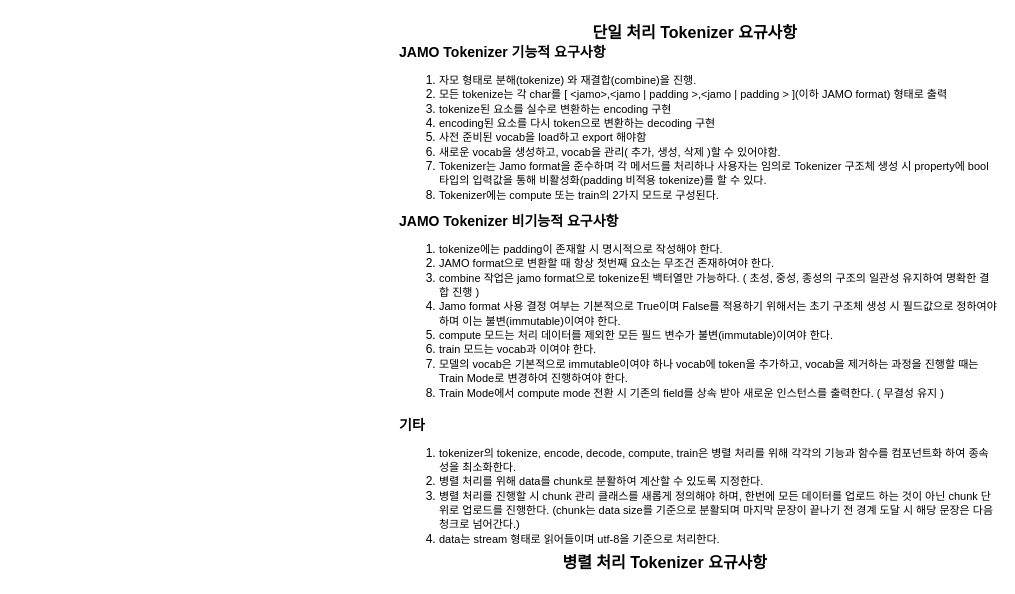
Above: JAMO Tokenizer 요구사항 정리.drawio in tolf7544/JAMO-Tokenizer (draw.io), before the change. Source tidied: cells renumbered, new cells numbered last; positions are measured from the earlier drawing's top-left corner, leaving out a move shared by most shapes. Both pictures are drawn from the tidied source at 100%, with x=0, y=0 at pixel (367, 17).
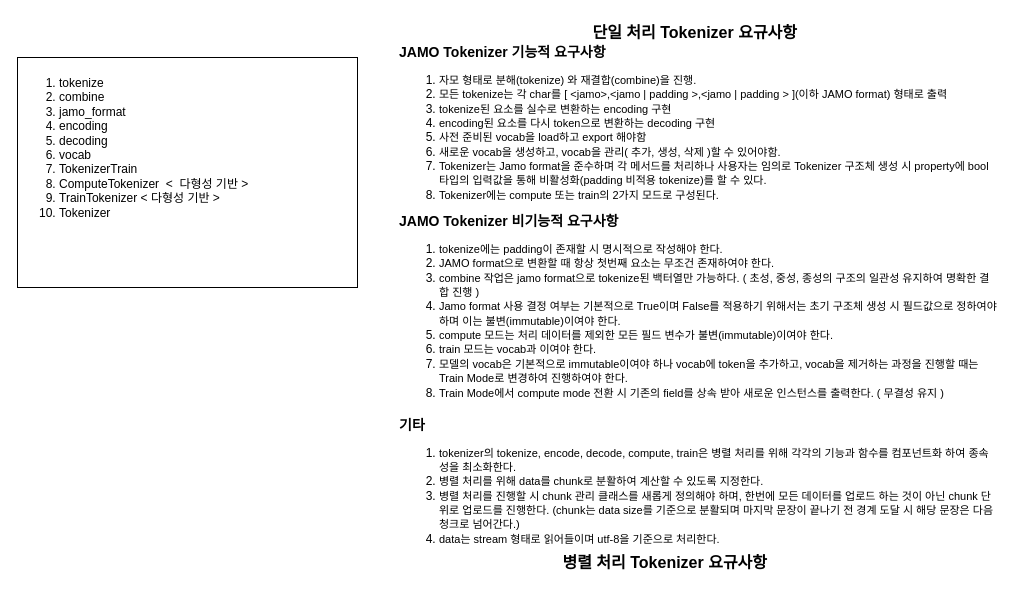
Above is the later version.

Commit message:
JAMO Tokenizer 요구사항 정리.drawio 업데이트

The edit, as a diff of the source:
```diff
@@
 <mxGraphModel>
   <root>
     <mxCell id="0" />
     <mxCell id="1" parent="0" />
     <mxCell id="2" value="&lt;span style=&quot;font-size: 14px;&quot;&gt;&lt;b&gt;JAMO Tokenizer 기능적 요구사항&lt;/b&gt;&lt;/span&gt;&lt;div&gt;&lt;p&gt;&lt;/p&gt;&lt;ol&gt;&lt;li&gt;&lt;font style=&quot;font-size: 11px;&quot;&gt;자모 형태로 분해(tokenize) 와 재결합(combine)을 진행.&lt;/font&gt;&lt;/li&gt;&lt;li&gt;&lt;font style=&quot;font-size: 11px;&quot;&gt;모든 tokenize는 각 char를 [ &amp;lt;jamo&amp;gt;,&amp;lt;jamo&amp;nbsp;| padding&amp;nbsp;&amp;gt;,&amp;lt;jamo | padding &amp;gt;&amp;nbsp;](이하 JAMO format) 형태로 출력&lt;/font&gt;&lt;/li&gt;&lt;li&gt;&lt;font style=&quot;font-size: 11px;&quot;&gt;tokenize된 요소를 실수로 변환하는 encoding 구현&lt;/font&gt;&lt;/li&gt;&lt;li&gt;&lt;font style=&quot;font-size: 11px;&quot;&gt;encoding된 요소를 다시 token으로 변환하는 decoding 구현&lt;/font&gt;&lt;/li&gt;&lt;li&gt;&lt;span style=&quot;font-size: 11px;&quot;&gt;사전 준비된 vocab을 load하고 export 해야함&lt;/span&gt;&lt;/li&gt;&lt;li&gt;&lt;span style=&quot;font-size: 11px;&quot;&gt;새로운 vocab을 생성하고, vocab을 관리( 추가, 생성, 삭제 )할 수 있어야함.&lt;/span&gt;&lt;/li&gt;&lt;li&gt;&lt;span style=&quot;font-size: 11px;&quot;&gt;Tokenizer는 Jamo format을 준수하며 각 메서드를 처리하나 사용자는 임의로 Tokenizer 구조체 생성 시 property에 bool 타입의 입력값을 통해 비활성화(padding 비적용 tokenize)를 할 수 있다.&lt;/span&gt;&lt;/li&gt;&lt;li&gt;&lt;span style=&quot;font-size: 11px;&quot;&gt;Tokenizer에는 compute 또는 train의 2가지 모드로 구성된다.&lt;/span&gt;&lt;/li&gt;&lt;/ol&gt;&lt;p&gt;&lt;/p&gt;&lt;div&gt;&lt;span style=&quot;font-size: 14px;&quot;&gt;&lt;b&gt;&lt;br&gt;&lt;/b&gt;&lt;/span&gt;&lt;/div&gt;&lt;/div&gt;" style="text;html=1;align=left;verticalAlign=middle;whiteSpace=wrap;rounded=0;" parent="1" vertex="1">
       <mxGeometry x="30" y="40" width="600" height="160" as="geometry" />
     </mxCell>
     <mxCell id="3" value="&lt;span style=&quot;font-size: 14px;&quot;&gt;&lt;b&gt;JAMO Tokenizer 비기능적 요구사항&lt;/b&gt;&lt;/span&gt;&lt;div&gt;&lt;p&gt;&lt;/p&gt;&lt;ol&gt;&lt;li&gt;&lt;font style=&quot;font-size: 11px;&quot;&gt;tokenize에는 padding이 존재할 시 명시적으로 작성해야 한다.&lt;/font&gt;&lt;/li&gt;&lt;li&gt;&lt;font style=&quot;font-size: 11px;&quot;&gt;JAMO format으로 변환할 때 항상 첫번째 요소는 무조건 존재하여야 한다.&lt;/font&gt;&lt;/li&gt;&lt;li&gt;&lt;font style=&quot;font-size: 11px;&quot;&gt;combine 작업은 jamo format으로 tokenize된 백터열만 가능하다. ( 초성, 중성, 종성의 구조의 일관성 유지하여 명확한 결합 진행 )&lt;/font&gt;&lt;/li&gt;&lt;li&gt;&lt;span style=&quot;font-size: 11px;&quot;&gt;Jamo format 사용 결정 여부는 기본적으로 True이며 False를 적용하기 위해서는 초기 구조체 생성 시 필드값으로 정하여야 하며 이는 불변(immutable)이여야 한다.&lt;/span&gt;&lt;/li&gt;&lt;li&gt;&lt;span style=&quot;font-size: 11px;&quot;&gt;compute 모드는 처리 데이터를 제외한 모든 필드 변수가&amp;nbsp;불변(immutable)이여야 한다.&lt;/span&gt;&lt;/li&gt;&lt;li&gt;&lt;span style=&quot;font-size: 11px;&quot;&gt;train 모드는 vocab과 이여야 한다.&lt;/span&gt;&lt;/li&gt;&lt;li&gt;&lt;span style=&quot;font-size: 11px;&quot;&gt;모델의 vocab은 기본적으로 immutable이여야 하나 vocab에 token을 추가하고, vocab을 제거하는 과정을 진행할 때는 Train Mode로 변경하여 진행하여야 한다.&lt;/span&gt;&lt;/li&gt;&lt;li&gt;&lt;span style=&quot;font-size: 11px;&quot;&gt;Train Mode에서 compute mode 전환 시 기존의 field를 상속 받아 새로운 인스턴스를 출력한다. ( 무결성 유지 )&lt;/span&gt;&lt;/li&gt;&lt;/ol&gt;&lt;/div&gt;" style="text;html=1;align=left;verticalAlign=middle;whiteSpace=wrap;rounded=0;" parent="1" vertex="1">
       <mxGeometry x="30" y="200" width="600" height="190" as="geometry" />
     </mxCell>
     <mxCell id="4" value="&lt;font style=&quot;font-size: 16px;&quot;&gt;&lt;b&gt;단일 처리 Tokenizer 요규사항&amp;nbsp;&lt;/b&gt;&lt;/font&gt;" style="text;html=1;align=center;verticalAlign=middle;whiteSpace=wrap;rounded=0;" parent="1" vertex="1">
       <mxGeometry x="30" width="600" height="30" as="geometry" />
     </mxCell>
     <mxCell id="5" value="&lt;font style=&quot;font-size: 16px;&quot;&gt;&lt;b&gt;병렬 처리 Tokenizer 요규사항&amp;nbsp;&lt;/b&gt;&lt;/font&gt;" style="text;html=1;align=center;verticalAlign=middle;whiteSpace=wrap;rounded=0;" parent="1" vertex="1">
       <mxGeometry y="530" width="600" height="30" as="geometry" />
     </mxCell>
     <mxCell id="6" value="&lt;span style=&quot;font-size: 14px;&quot;&gt;&lt;b&gt;기타&lt;/b&gt;&lt;/span&gt;&lt;div&gt;&lt;p&gt;&lt;/p&gt;&lt;ol&gt;&lt;li&gt;&lt;span style=&quot;font-size: 11px;&quot;&gt;tokenizer의 tokenize, encode, decode, compute, train은 병렬 처리를 위해 각각의 기능과 함수를 컴포넌트화 하여 종속성을 최소화한다.&lt;/span&gt;&lt;/li&gt;&lt;li&gt;&lt;span style=&quot;font-size: 11px;&quot;&gt;병렬 처리를 위해 data를 chunk로 분활하여 계산할 수 있도록 지정한다.&lt;/span&gt;&lt;/li&gt;&lt;li&gt;&lt;span style=&quot;font-size: 11px;&quot;&gt;병렬 처리를 진행할 시 chunk 관리 클래스를 새롭게 정의해야 하며, 한번에 모든 데이터를 업로드 하는 것이 아닌 chunk 단위로 업로드를 진행한다. (chunk는 data size를 기준으로 분활되며 마지막 문장이 끝나기 전 경계 도달 시 해당 문장은 다음 청크로 넘어간다.)&lt;/span&gt;&lt;/li&gt;&lt;li&gt;&lt;span style=&quot;font-size: 11px;&quot;&gt;data는 stream 형태로 읽어들이며 utf-8을 기준으로 처리한다.&lt;/span&gt;&lt;/li&gt;&lt;/ol&gt;&lt;/div&gt;" style="text;html=1;align=left;verticalAlign=middle;whiteSpace=wrap;rounded=0;" parent="1" vertex="1">
       <mxGeometry x="30" y="400" width="600" height="140" as="geometry" />
     </mxCell>
+    <mxCell id="7" value="&lt;ol&gt;&lt;li&gt;tokenize&lt;/li&gt;&lt;li&gt;combine&lt;/li&gt;&lt;li&gt;jamo_format&lt;/li&gt;&lt;li&gt;encoding&lt;/li&gt;&lt;li&gt;decoding&lt;/li&gt;&lt;li&gt;vocab&lt;/li&gt;&lt;li&gt;TokenizerTrain&lt;/li&gt;&lt;li&gt;ComputeTokenizer&amp;nbsp; &amp;lt;&amp;nbsp; 다형성 기반 &amp;gt;&lt;/li&gt;&lt;li&gt;TrainTokenizer &amp;lt; 다형성 기반&amp;nbsp;&amp;gt;&lt;/li&gt;&lt;li&gt;Tokenizer&lt;/li&gt;&lt;/ol&gt;" style="rounded=0;whiteSpace=wrap;html=1;align=left;verticalAlign=top;" parent="1" vertex="1">
+      <mxGeometry x="-350" y="40" width="340" height="230" as="geometry" />
+    </mxCell>
   </root>
 </mxGraphModel>
```
